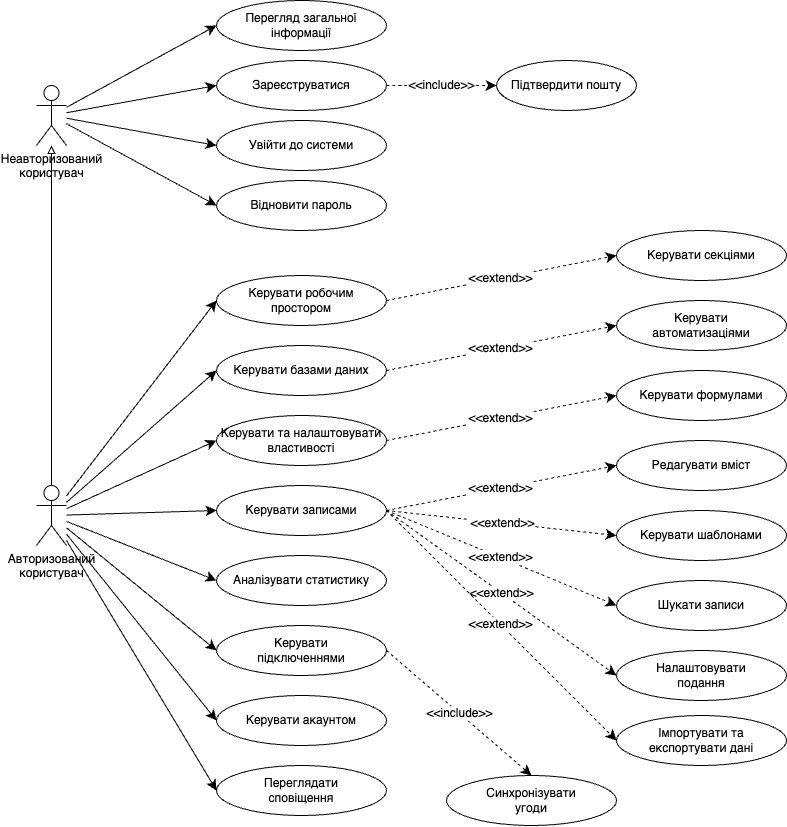
This is docs/diagrams/images/Use_Case.png from Whytalik/fix-space, a draw.io export, as it was before one commit. Source tidied: cells renumbered, new cells last; positions are measured from the earlier drawing's top-left corner, leaving out a move shared by most shapes. Source of this version:
```xml
<mxGraphModel>
  <root>
    <mxCell id="0" />
    <mxCell id="1" parent="0" />
    <mxCell id="2" value="Авторизований&lt;br&gt;користувач" style="shape=umlActor;verticalLabelPosition=bottom;verticalAlign=top;html=1;outlineConnect=0;" parent="1" vertex="1">
      <mxGeometry y="485" width="30" height="60" as="geometry" />
    </mxCell>
    <mxCell id="3" value="Неавторизований&lt;br&gt;користувач" style="shape=umlActor;verticalLabelPosition=bottom;verticalAlign=top;html=1;outlineConnect=0;" parent="1" vertex="1">
      <mxGeometry y="85" width="30" height="60" as="geometry" />
    </mxCell>
    <mxCell id="4" style="edgeStyle=orthogonalEdgeStyle;html=1;exitX=0.5;exitY=0;entryX=0.5;entryY=1;endArrow=block;endFill=0;" parent="1" edge="1" source="2" target="3">
      <mxGeometry relative="1" as="geometry" />
    </mxCell>
    <mxCell id="5" value="Перегляд загальної інформації" style="ellipse;whiteSpace=wrap;html=1;" parent="1" vertex="1">
      <mxGeometry x="180" width="170" height="50" as="geometry" />
    </mxCell>
    <mxCell id="6" value="Зареєструватися" style="ellipse;whiteSpace=wrap;html=1;" parent="1" vertex="1">
      <mxGeometry x="180" y="60" width="170" height="50" as="geometry" />
    </mxCell>
    <mxCell id="7" value="Увійти до системи" style="ellipse;whiteSpace=wrap;html=1;" parent="1" vertex="1">
      <mxGeometry x="180" y="120" width="170" height="50" as="geometry" />
    </mxCell>
    <mxCell id="8" value="Відновити пароль" style="ellipse;whiteSpace=wrap;html=1;" parent="1" vertex="1">
      <mxGeometry x="180" y="180" width="170" height="50" as="geometry" />
    </mxCell>
    <mxCell id="9" style="edgeStyle=none;curved=1;rounded=0;jettySize=auto;html=1;fontSize=12;startSize=8;endSize=8;entryX=0;entryY=0.5;entryDx=0;entryDy=0;" parent="1" edge="1" source="3" target="5">
      <mxGeometry relative="1" as="geometry" />
    </mxCell>
    <mxCell id="10" style="edgeStyle=none;curved=1;rounded=0;jettySize=auto;html=1;entryX=0;entryY=0.5;entryDx=0;entryDy=0;fontSize=12;startSize=8;endSize=8;" parent="1" edge="1" source="3" target="6">
      <mxGeometry relative="1" as="geometry" />
    </mxCell>
    <mxCell id="11" style="edgeStyle=none;curved=1;rounded=0;jettySize=auto;html=1;entryX=0;entryY=0.5;entryDx=0;entryDy=0;fontSize=12;startSize=8;endSize=8;" parent="1" edge="1" source="3" target="7">
      <mxGeometry relative="1" as="geometry" />
    </mxCell>
    <mxCell id="12" style="edgeStyle=none;curved=1;rounded=0;jettySize=auto;html=1;fontSize=12;startSize=8;endSize=8;entryX=0;entryY=0.5;entryDx=0;entryDy=0;" parent="1" edge="1" source="3" target="8">
      <mxGeometry relative="1" as="geometry" />
    </mxCell>
    <mxCell id="13" value="Керувати робочим&lt;br&gt;простором" style="ellipse;whiteSpace=wrap;html=1;" parent="1" vertex="1">
      <mxGeometry x="180" y="275" width="170" height="50" as="geometry" />
    </mxCell>
    <mxCell id="14" value="Керувати базами даних" style="ellipse;whiteSpace=wrap;html=1;" parent="1" vertex="1">
      <mxGeometry x="180" y="345" width="170" height="50" as="geometry" />
    </mxCell>
    <mxCell id="15" value="Керувати та налаштовувати&lt;br&gt;властивості" style="ellipse;whiteSpace=wrap;html=1;" parent="1" vertex="1">
      <mxGeometry x="180" y="415" width="170" height="50" as="geometry" />
    </mxCell>
    <mxCell id="16" value="Керувати записами" style="ellipse;whiteSpace=wrap;html=1;" parent="1" vertex="1">
      <mxGeometry x="180" y="485" width="170" height="50" as="geometry" />
    </mxCell>
    <mxCell id="17" value="Аналізувати статистику" style="ellipse;whiteSpace=wrap;html=1;" parent="1" vertex="1">
      <mxGeometry x="180" y="555" width="170" height="50" as="geometry" />
    </mxCell>
    <mxCell id="18" value="Керувати&lt;br&gt;підключеннями" style="ellipse;whiteSpace=wrap;html=1;" parent="1" vertex="1">
      <mxGeometry x="180" y="625" width="170" height="50" as="geometry" />
    </mxCell>
    <mxCell id="19" value="Керувати акаунтом" style="ellipse;whiteSpace=wrap;html=1;" parent="1" vertex="1">
      <mxGeometry x="180" y="695" width="170" height="50" as="geometry" />
    </mxCell>
    <mxCell id="20" value="Переглядати&lt;br&gt;сповіщення" style="ellipse;whiteSpace=wrap;html=1;" parent="1" vertex="1">
      <mxGeometry x="180" y="765" width="170" height="50" as="geometry" />
    </mxCell>
    <mxCell id="21" style="edgeStyle=none;curved=1;rounded=0;jettySize=auto;html=1;fontSize=12;startSize=8;endSize=8;entryX=0;entryY=0.5;entryDx=0;entryDy=0;" parent="1" edge="1" source="2" target="13">
      <mxGeometry relative="1" as="geometry" />
    </mxCell>
    <mxCell id="22" style="edgeStyle=none;curved=1;rounded=0;jettySize=auto;html=1;fontSize=12;startSize=8;endSize=8;entryX=0;entryY=0.5;entryDx=0;entryDy=0;" parent="1" edge="1" source="2" target="14">
      <mxGeometry relative="1" as="geometry" />
    </mxCell>
    <mxCell id="23" style="edgeStyle=none;curved=1;rounded=0;jettySize=auto;html=1;fontSize=12;startSize=8;endSize=8;entryX=0;entryY=0.5;entryDx=0;entryDy=0;" parent="1" edge="1" source="2" target="15">
      <mxGeometry relative="1" as="geometry" />
    </mxCell>
    <mxCell id="24" style="edgeStyle=none;curved=1;rounded=0;jettySize=auto;html=1;fontSize=12;startSize=8;endSize=8;entryX=0;entryY=0.5;entryDx=0;entryDy=0;" parent="1" edge="1" source="2" target="16">
      <mxGeometry relative="1" as="geometry" />
    </mxCell>
    <mxCell id="25" style="edgeStyle=none;curved=1;rounded=0;jettySize=auto;html=1;fontSize=12;startSize=8;endSize=8;entryX=0;entryY=0.5;entryDx=0;entryDy=0;" parent="1" edge="1" source="2" target="17">
      <mxGeometry relative="1" as="geometry" />
    </mxCell>
    <mxCell id="26" style="edgeStyle=none;curved=1;rounded=0;jettySize=auto;html=1;fontSize=12;startSize=8;endSize=8;entryX=0;entryY=0.5;entryDx=0;entryDy=0;" parent="1" edge="1" source="2" target="18">
      <mxGeometry relative="1" as="geometry" />
    </mxCell>
    <mxCell id="27" style="edgeStyle=none;curved=1;rounded=0;jettySize=auto;html=1;fontSize=12;startSize=8;endSize=8;entryX=0;entryY=0.5;entryDx=0;entryDy=0;" parent="1" edge="1" source="2" target="19">
      <mxGeometry relative="1" as="geometry" />
    </mxCell>
    <mxCell id="28" style="edgeStyle=none;curved=1;rounded=0;jettySize=auto;html=1;fontSize=12;startSize=8;endSize=8;entryX=0;entryY=0.5;entryDx=0;entryDy=0;" parent="1" edge="1" source="2" target="20">
      <mxGeometry relative="1" as="geometry" />
    </mxCell>
    <mxCell id="29" value="Підтвердити пошту" style="ellipse;whiteSpace=wrap;html=1;" parent="1" vertex="1">
      <mxGeometry x="460" y="60" width="140" height="50" as="geometry" />
    </mxCell>
    <mxCell id="30" value="Керувати секціями" style="ellipse;whiteSpace=wrap;html=1;" parent="1" vertex="1">
      <mxGeometry x="580" y="230" width="170" height="50" as="geometry" />
    </mxCell>
    <mxCell id="31" value="Керувати&lt;br&gt;автоматизаціями" style="ellipse;whiteSpace=wrap;html=1;" parent="1" vertex="1">
      <mxGeometry x="580" y="300" width="170" height="50" as="geometry" />
    </mxCell>
    <mxCell id="32" value="Керувати формулами" style="ellipse;whiteSpace=wrap;html=1;" parent="1" vertex="1">
      <mxGeometry x="580" y="370" width="170" height="50" as="geometry" />
    </mxCell>
    <mxCell id="33" value="Редагувати вміст" style="ellipse;whiteSpace=wrap;html=1;" parent="1" vertex="1">
      <mxGeometry x="580" y="440" width="170" height="50" as="geometry" />
    </mxCell>
    <mxCell id="34" value="Керувати шаблонами" style="ellipse;whiteSpace=wrap;html=1;" parent="1" vertex="1">
      <mxGeometry x="580" y="510" width="170" height="50" as="geometry" />
    </mxCell>
    <mxCell id="35" value="Шукати записи" style="ellipse;whiteSpace=wrap;html=1;" parent="1" vertex="1">
      <mxGeometry x="580" y="580" width="170" height="50" as="geometry" />
    </mxCell>
    <mxCell id="36" value="Налаштовувати&lt;br&gt;подання" style="ellipse;whiteSpace=wrap;html=1;" parent="1" vertex="1">
      <mxGeometry x="580" y="650" width="170" height="50" as="geometry" />
    </mxCell>
    <mxCell id="37" value="Імпортувати та&lt;br&gt;експортувати дані" style="ellipse;whiteSpace=wrap;html=1;" parent="1" vertex="1">
      <mxGeometry x="580" y="715" width="170" height="50" as="geometry" />
    </mxCell>
    <mxCell id="38" value="Синхронізувати&lt;br&gt;угоди" style="ellipse;whiteSpace=wrap;html=1;" parent="1" vertex="1">
      <mxGeometry x="410" y="775" width="170" height="50" as="geometry" />
    </mxCell>
    <mxCell id="39" value="&amp;lt;&amp;lt;include&amp;gt;&amp;gt;" style="edgeStyle=none;curved=1;dashed=1;rounded=0;jettySize=auto;html=1;fontSize=12;startSize=8;endSize=8;exitX=1;exitY=0.5;entryX=0;entryY=0.5;" parent="1" edge="1" source="6" target="29">
      <mxGeometry relative="1" as="geometry" />
    </mxCell>
    <mxCell id="40" value="&amp;lt;&amp;lt;extend&amp;gt;&amp;gt;" style="edgeStyle=none;curved=1;dashed=1;rounded=0;jettySize=auto;html=1;fontSize=12;startSize=8;endSize=8;exitX=1;exitY=0.5;entryX=0;entryY=0.5;" parent="1" edge="1" source="13" target="30">
      <mxGeometry relative="1" as="geometry" />
    </mxCell>
    <mxCell id="41" value="&amp;lt;&amp;lt;extend&amp;gt;&amp;gt;" style="edgeStyle=none;curved=1;dashed=1;rounded=0;jettySize=auto;html=1;fontSize=12;startSize=8;endSize=8;exitX=1;exitY=0.5;entryX=0;entryY=0.5;" parent="1" edge="1" source="14" target="31">
      <mxGeometry relative="1" as="geometry" />
    </mxCell>
    <mxCell id="42" value="&amp;lt;&amp;lt;extend&amp;gt;&amp;gt;" style="edgeStyle=none;curved=1;dashed=1;rounded=0;jettySize=auto;html=1;fontSize=12;startSize=8;endSize=8;exitX=1;exitY=0.5;entryX=0;entryY=0.5;" parent="1" edge="1" source="15" target="32">
      <mxGeometry relative="1" as="geometry" />
    </mxCell>
    <mxCell id="43" value="&amp;lt;&amp;lt;extend&amp;gt;&amp;gt;" style="edgeStyle=none;curved=1;dashed=1;rounded=0;jettySize=auto;html=1;fontSize=12;startSize=8;endSize=8;exitX=1;exitY=0.5;entryX=0;entryY=0.5;" parent="1" edge="1" source="16" target="33">
      <mxGeometry relative="1" as="geometry" />
    </mxCell>
    <mxCell id="44" value="&amp;lt;&amp;lt;extend&amp;gt;&amp;gt;" style="edgeStyle=none;curved=1;dashed=1;rounded=0;jettySize=auto;html=1;fontSize=12;startSize=8;endSize=8;exitX=1;exitY=0.5;entryX=0;entryY=0.5;" parent="1" edge="1" source="16" target="34">
      <mxGeometry relative="1" as="geometry" />
    </mxCell>
    <mxCell id="45" value="&amp;lt;&amp;lt;extend&amp;gt;&amp;gt;" style="edgeStyle=none;curved=1;dashed=1;rounded=0;jettySize=auto;html=1;fontSize=12;startSize=8;endSize=8;exitX=1;exitY=0.5;entryX=0;entryY=0.5;" parent="1" edge="1" source="16" target="35">
      <mxGeometry relative="1" as="geometry" />
    </mxCell>
    <mxCell id="46" value="&amp;lt;&amp;lt;extend&amp;gt;&amp;gt;" style="edgeStyle=none;curved=1;dashed=1;rounded=0;jettySize=auto;html=1;fontSize=12;startSize=8;endSize=8;exitX=1;exitY=0.5;entryX=0;entryY=0.5;" parent="1" edge="1" source="16" target="36">
      <mxGeometry relative="1" as="geometry" />
    </mxCell>
    <mxCell id="47" value="&amp;lt;&amp;lt;extend&amp;gt;&amp;gt;" style="edgeStyle=none;curved=1;dashed=1;rounded=0;jettySize=auto;html=1;fontSize=12;startSize=8;endSize=8;exitX=1;exitY=0.5;entryX=0;entryY=0.5;" parent="1" edge="1" source="16" target="37">
      <mxGeometry relative="1" as="geometry" />
    </mxCell>
    <mxCell id="48" value="&amp;lt;&amp;lt;include&amp;gt;&amp;gt;" style="edgeStyle=none;curved=1;dashed=1;rounded=0;jettySize=auto;html=1;fontSize=12;startSize=8;endSize=8;exitX=1;exitY=0.5;entryX=0.5;entryY=0;entryDx=0;entryDy=0;" parent="1" edge="1" source="18" target="38">
      <mxGeometry relative="1" as="geometry" />
    </mxCell>
  </root>
</mxGraphModel>
```
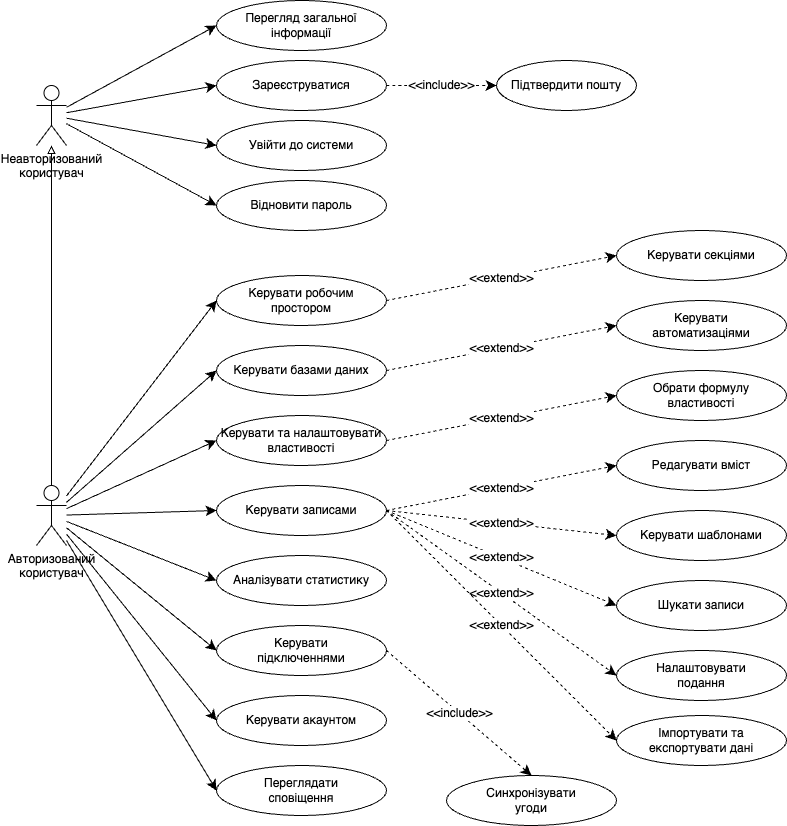
Later version of the same file.

The edit, as a diff of the source:
```diff
@@ -92,7 +92,7 @@
     <mxCell id="31" value="Керувати&lt;br&gt;автоматизаціями" style="ellipse;whiteSpace=wrap;html=1;" parent="1" vertex="1">
       <mxGeometry x="580" y="300" width="170" height="50" as="geometry" />
     </mxCell>
-    <mxCell id="32" value="Керувати формулами" style="ellipse;whiteSpace=wrap;html=1;" parent="1" vertex="1">
+    <mxCell id="32" value="Обрати формулу&lt;br&gt;властивості" style="ellipse;whiteSpace=wrap;html=1;" parent="1" vertex="1">
       <mxGeometry x="580" y="370" width="170" height="50" as="geometry" />
     </mxCell>
     <mxCell id="33" value="Редагувати вміст" style="ellipse;whiteSpace=wrap;html=1;" parent="1" vertex="1">
```
